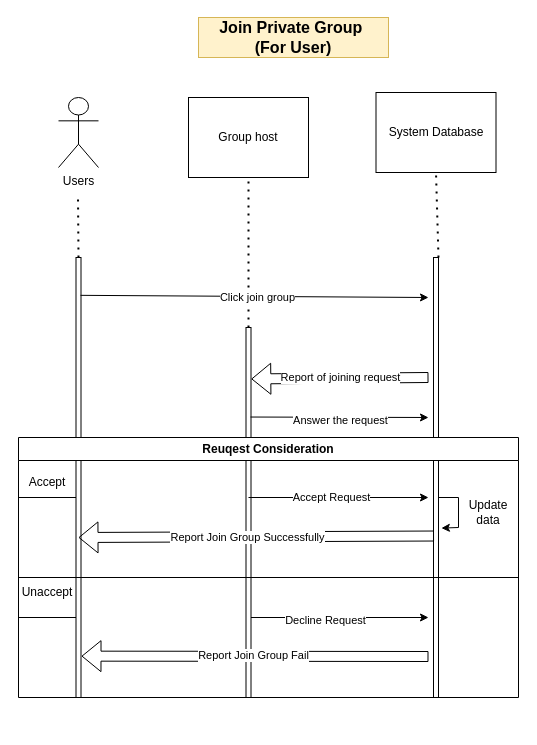
Above: page "Join Private Group (For Users)" (4 of 17) of StudtMate.drawio in ParkinnAuto/StudyMate (draw.io), before the change. Source tidied: cells renumbered, new cells numbered last; positions are measured from the earlier drawing's top-left corner, leaving out a move shared by most shapes. Both pictures are drawn from the tidied source at 100%, with x=0, y=0 at pixel (18, 17).
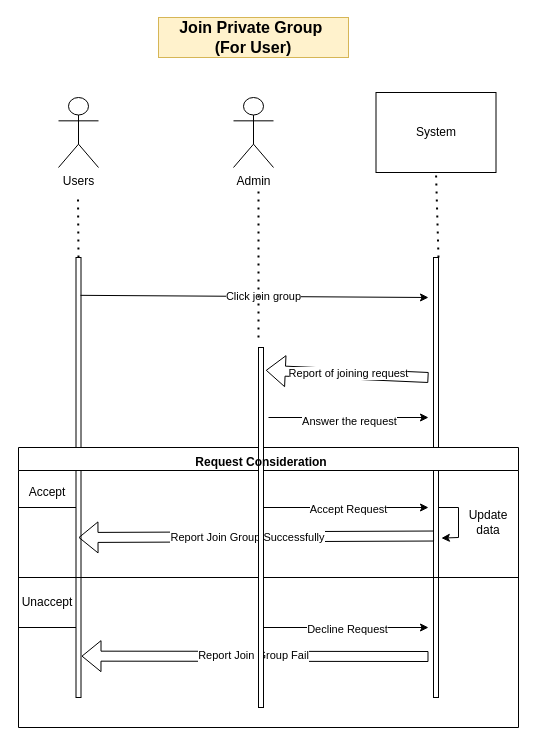
The same diagram, later.

Unchanged cells that the change refers to:
```xml
<mxCell id="7" style="rounded=0;whiteSpace=wrap;html=1;" parent="1" vertex="1">
  <mxGeometry x="57.5" y="240" width="5" height="440" as="geometry" />
</mxCell>
<mxCell id="8" style="rounded=0;whiteSpace=wrap;html=1;" parent="1" vertex="1">
  <mxGeometry x="415" y="240" width="5" height="440" as="geometry" />
</mxCell>
<mxCell id="12" style="endArrow=classic;html=1;rounded=0;exitX=0.9;exitY=0.086;exitDx=0;exitDy=0;exitPerimeter=0;" parent="1" edge="1" source="7">
  <mxGeometry relative="1" as="geometry">
    <mxPoint x="410" y="280" as="targetPoint" />
  </mxGeometry>
</mxCell>
```

Diff of the diagram source:
```diff
@@
-    <mxCell id="3" value="System Database" style="rounded=0;whiteSpace=wrap;html=1;" parent="1" vertex="1">
+    <mxCell id="3" value="System" style="rounded=0;whiteSpace=wrap;html=1;" parent="1" vertex="1">
       <mxGeometry x="357.5" y="75" width="120" height="80" as="geometry" />
     </mxCell>
@@
     <mxCell id="6" value="&lt;b&gt;&lt;font style=&quot;font-size: 16px;&quot;&gt;Join Private Group&amp;nbsp;&lt;/font&gt;&lt;/b&gt;&lt;div&gt;&lt;b&gt;&lt;font style=&quot;font-size: 16px;&quot;&gt;(For User)&lt;/font&gt;&lt;/b&gt;&lt;/div&gt;" style="text;html=1;align=center;verticalAlign=middle;whiteSpace=wrap;rounded=0;fillColor=#fff2cc;strokeColor=#d6b656;" parent="1" vertex="1">
-      <mxGeometry x="180" width="190" height="40" as="geometry" />
+      <mxGeometry x="140" width="190" height="40" as="geometry" />
     </mxCell>
@@
-    <mxCell id="9" value="Group host" style="rounded=0;whiteSpace=wrap;html=1;" parent="1" vertex="1">
-      <mxGeometry x="170" y="80" width="120" height="80" as="geometry" />
-    </mxCell>
-    <mxCell id="10" style="endArrow=none;dashed=1;html=1;dashPattern=1 3;strokeWidth=2;rounded=0;entryX=0.5;entryY=1;entryDx=0;entryDy=0;" parent="1" edge="1" target="9">
-      <mxGeometry relative="1" as="geometry">
-        <mxPoint x="230" y="310" as="sourcePoint" />
-      </mxGeometry>
-    </mxCell>
-    <mxCell id="11" style="rounded=0;whiteSpace=wrap;html=1;" parent="1" vertex="1">
-      <mxGeometry x="227.5" y="310" width="5" height="370" as="geometry" />
-    </mxCell>
@@
     <mxCell id="13" value="Click join group" style="edgeLabel;html=1;align=center;verticalAlign=middle;" parent="12" vertex="1">
-      <mxGeometry x="0.06" y="-1" relative="1" as="geometry">
-        <mxPoint x="-7" as="offset" />
-      </mxGeometry>
+      <mxGeometry x="0.05" relative="1" as="geometry" />
     </mxCell>
-    <mxCell id="14" style="shape=flexArrow;endArrow=classic;html=1;rounded=0;entryX=1.058;entryY=0.139;entryDx=0;entryDy=0;entryPerimeter=0;" parent="1" edge="1" target="11">
+    <mxCell id="14" style="shape=flexArrow;endArrow=classic;html=1;rounded=0;entryX=1.463;entryY=0.091;entryDx=0;entryDy=0;entryPerimeter=0;" parent="1" edge="1">
       <mxGeometry relative="1" as="geometry">
         <mxPoint x="410" y="360" as="sourcePoint" />
+        <mxPoint x="247.3" y="352.8" as="targetPoint" />
       </mxGeometry>
     </mxCell>
@@
-    <mxCell id="16" style="endArrow=classic;html=1;rounded=0;exitX=0.907;exitY=0.242;exitDx=0;exitDy=0;exitPerimeter=0;" parent="1" edge="1" source="11">
+    <mxCell id="16" style="endArrow=classic;html=1;rounded=0;" parent="1" edge="1">
       <mxGeometry relative="1" as="geometry">
+        <mxPoint x="250" y="400" as="sourcePoint" />
         <mxPoint x="410" y="400" as="targetPoint" />
       </mxGeometry>
     </mxCell>
@@
-    <mxCell id="18" value="Reuqest Consideration" style="swimlane;whiteSpace=wrap;html=1;" parent="1" vertex="1">
-      <mxGeometry y="420" width="500" height="260" as="geometry" />
-    </mxCell>
+    <mxCell id="29" style="shape=flexArrow;endArrow=classic;html=1;rounded=0;exitX=0.105;exitY=0.633;exitDx=0;exitDy=0;exitPerimeter=0;" parent="1" edge="1" source="8">
+      <mxGeometry relative="1" as="geometry">
+        <mxPoint x="60" y="520" as="targetPoint" />
+      </mxGeometry>
+    </mxCell>
+    <mxCell id="30" value="Report Join Group Successfully" style="edgeLabel;html=1;align=center;verticalAlign=middle;" parent="29" vertex="1">
+      <mxGeometry x="0.17" y="1" relative="1" as="geometry">
+        <mxPoint x="21" y="-1" as="offset" />
+      </mxGeometry>
+    </mxCell>
+    <mxCell id="31" style="endArrow=none;html=1;rounded=0;" parent="1" edge="1">
+      <mxGeometry relative="1" as="geometry">
+        <mxPoint y="560" as="sourcePoint" />
+        <mxPoint x="500" y="560" as="targetPoint" />
+      </mxGeometry>
+    </mxCell>
+    <mxCell id="34" style="shape=flexArrow;endArrow=classic;html=1;rounded=0;entryX=1.1;entryY=0.906;entryDx=0;entryDy=0;entryPerimeter=0;" parent="1" edge="1" target="7">
+      <mxGeometry relative="1" as="geometry">
+        <mxPoint x="410" y="639" as="sourcePoint" />
+      </mxGeometry>
+    </mxCell>
+    <mxCell id="35" value="Report Join Group Fail" style="edgeLabel;html=1;align=center;verticalAlign=middle;" parent="34" vertex="1">
+      <mxGeometry x="0.04" y="-1" relative="1" as="geometry">
+        <mxPoint x="4" as="offset" />
+      </mxGeometry>
+    </mxCell>
+    <mxCell id="36" value="Admin" style="shape=umlActor;verticalLabelPosition=bottom;verticalAlign=top;html=1;" parent="1" vertex="1">
+      <mxGeometry x="215" y="80" width="40" height="70" as="geometry" />
+    </mxCell>
+    <mxCell id="37" style="endArrow=none;dashed=1;html=1;dashPattern=1 3;strokeWidth=2;rounded=0;" parent="1" edge="1">
+      <mxGeometry relative="1" as="geometry">
+        <mxPoint x="240" y="320" as="sourcePoint" />
+        <mxPoint x="240" y="170" as="targetPoint" />
+      </mxGeometry>
+    </mxCell>
+    <mxCell id="38" style="swimlane;whiteSpace=wrap;html=1;startSize=23;" parent="1" vertex="1">
+      <mxGeometry y="430" width="500" height="280" as="geometry" />
+    </mxCell>
+    <mxCell id="39" style="rounded=0;whiteSpace=wrap;html=1;" parent="38" vertex="1">
+      <mxGeometry x="240" y="-100" width="5" height="360" as="geometry" />
+    </mxCell>
-    <mxCell id="19" value="Accept" style="text;html=1;align=center;verticalAlign=middle;whiteSpace=wrap;rounded=0;" parent="18" vertex="1">
+    <mxCell id="19" value="Accept" style="text;html=1;align=center;verticalAlign=middle;whiteSpace=wrap;rounded=0;" parent="38" vertex="1">
       <mxGeometry y="30" width="57.5" height="30" as="geometry" />
     </mxCell>
-    <mxCell id="20" style="endArrow=none;html=1;rounded=0;" parent="18" edge="1">
-      <mxGeometry relative="1" as="geometry">
-        <mxPoint x="420" y="60" as="sourcePoint" />
-        <mxPoint x="440" y="60" as="targetPoint" />
-      </mxGeometry>
-    </mxCell>
-    <mxCell id="21" style="endArrow=none;html=1;rounded=0;" parent="18" edge="1">
-      <mxGeometry relative="1" as="geometry">
-        <mxPoint x="440" y="90" as="sourcePoint" />
-        <mxPoint x="440" y="60" as="targetPoint" />
-      </mxGeometry>
-    </mxCell>
-    <mxCell id="22" style="endArrow=classic;html=1;rounded=0;entryX=1.089;entryY=0.395;entryDx=0;entryDy=0;entryPerimeter=0;" parent="18" edge="1">
-      <mxGeometry relative="1" as="geometry">
-        <mxPoint x="440" y="90" as="sourcePoint" />
-        <mxPoint x="422.9" y="90.6" as="targetPoint" />
-      </mxGeometry>
-    </mxCell>
+    <mxCell id="40" style="endArrow=none;html=1;rounded=0;" parent="38" edge="1">
+      <mxGeometry relative="1" as="geometry">
+        <mxPoint x="420" y="60" as="sourcePoint" />
+        <mxPoint x="440" y="60" as="targetPoint" />
+      </mxGeometry>
+    </mxCell>
+    <mxCell id="41" style="endArrow=none;html=1;rounded=0;" parent="38" edge="1">
+      <mxGeometry relative="1" as="geometry">
+        <mxPoint x="440" y="90" as="sourcePoint" />
+        <mxPoint x="440" y="60" as="targetPoint" />
+      </mxGeometry>
+    </mxCell>
+    <mxCell id="42" style="endArrow=classic;html=1;rounded=0;entryX=1.089;entryY=0.395;entryDx=0;entryDy=0;entryPerimeter=0;" parent="38" edge="1">
+      <mxGeometry relative="1" as="geometry">
+        <mxPoint x="440" y="90" as="sourcePoint" />
+        <mxPoint x="422.9" y="90.6" as="targetPoint" />
+      </mxGeometry>
+    </mxCell>
-    <mxCell id="23" value="Update data" style="text;html=1;align=center;verticalAlign=middle;whiteSpace=wrap;rounded=0;" parent="18" vertex="1">
+    <mxCell id="23" value="Update data" style="text;html=1;align=center;verticalAlign=middle;whiteSpace=wrap;rounded=0;" parent="38" vertex="1">
       <mxGeometry x="440" y="60" width="60" height="30" as="geometry" />
     </mxCell>
-    <mxCell id="24" value="Unaccept" style="text;html=1;align=center;verticalAlign=middle;whiteSpace=wrap;rounded=0;" parent="18" vertex="1">
+    <mxCell id="24" value="Unaccept" style="text;html=1;align=center;verticalAlign=middle;whiteSpace=wrap;rounded=0;" parent="38" vertex="1">
       <mxGeometry y="140" width="57.5" height="30" as="geometry" />
     </mxCell>
-    <mxCell id="25" style="endArrow=none;html=1;rounded=0;exitX=0;exitY=1;exitDx=0;exitDy=0;entryX=1;entryY=1;entryDx=0;entryDy=0;" parent="18" edge="1" source="19" target="19">
+    <mxCell id="25" style="endArrow=none;html=1;rounded=0;exitX=0;exitY=1;exitDx=0;exitDy=0;entryX=1;entryY=1;entryDx=0;entryDy=0;" parent="38" edge="1" source="19" target="19">
       <mxGeometry relative="1" as="geometry" />
     </mxCell>
-    <mxCell id="26" style="endArrow=none;html=1;rounded=0;exitX=0;exitY=1;exitDx=0;exitDy=0;entryX=1;entryY=1;entryDx=0;entryDy=0;" parent="18" edge="1">
-      <mxGeometry relative="1" as="geometry">
-        <mxPoint x="-0.5" y="180" as="sourcePoint" />
-        <mxPoint x="57.5" y="180" as="targetPoint" />
-      </mxGeometry>
-    </mxCell>
-    <mxCell id="27" style="endArrow=classic;html=1;rounded=0;" parent="1" edge="1">
-      <mxGeometry relative="1" as="geometry">
-        <mxPoint x="230" y="480" as="sourcePoint" />
-        <mxPoint x="410" y="480" as="targetPoint" />
-      </mxGeometry>
-    </mxCell>
+    <mxCell id="43" style="endArrow=none;html=1;rounded=0;exitX=0;exitY=1;exitDx=0;exitDy=0;entryX=1;entryY=1;entryDx=0;entryDy=0;" parent="38" edge="1">
+      <mxGeometry relative="1" as="geometry">
+        <mxPoint x="-0.5" y="180" as="sourcePoint" />
+        <mxPoint x="57.5" y="180" as="targetPoint" />
+      </mxGeometry>
+    </mxCell>
+    <mxCell id="44" style="endArrow=classic;html=1;rounded=0;" parent="38" edge="1">
+      <mxGeometry relative="1" as="geometry">
+        <mxPoint x="245" y="60" as="sourcePoint" />
+        <mxPoint x="410" y="60" as="targetPoint" />
+      </mxGeometry>
+    </mxCell>
-    <mxCell id="28" value="Accept Request" style="edgeLabel;html=1;align=center;verticalAlign=middle;" parent="27" vertex="1">
-      <mxGeometry x="-0.09" y="1" relative="1" as="geometry" />
+    <mxCell id="28" value="Accept Request" style="edgeLabel;html=1;align=center;verticalAlign=middle;" parent="44" vertex="1">
+      <mxGeometry x="0.02" y="-1" relative="1" as="geometry" />
     </mxCell>
-    <mxCell id="29" style="shape=flexArrow;endArrow=classic;html=1;rounded=0;exitX=0.105;exitY=0.633;exitDx=0;exitDy=0;exitPerimeter=0;" parent="1" edge="1" source="8">
-      <mxGeometry relative="1" as="geometry">
-        <mxPoint x="60" y="520" as="targetPoint" />
-      </mxGeometry>
-    </mxCell>
-    <mxCell id="30" value="Report Join Group Successfully" style="edgeLabel;html=1;align=center;verticalAlign=middle;" parent="29" vertex="1">
-      <mxGeometry x="0.17" y="1" relative="1" as="geometry">
-        <mxPoint x="21" y="-1" as="offset" />
-      </mxGeometry>
-    </mxCell>
-    <mxCell id="31" style="endArrow=none;html=1;rounded=0;" parent="1" edge="1">
-      <mxGeometry relative="1" as="geometry">
-        <mxPoint y="560" as="sourcePoint" />
-        <mxPoint x="500" y="560" as="targetPoint" />
-      </mxGeometry>
-    </mxCell>
-    <mxCell id="32" style="endArrow=classic;html=1;rounded=0;" parent="1" edge="1">
-      <mxGeometry relative="1" as="geometry">
-        <mxPoint x="232.5" y="600" as="sourcePoint" />
-        <mxPoint x="410" y="600" as="targetPoint" />
-      </mxGeometry>
-    </mxCell>
+    <mxCell id="45" style="endArrow=classic;html=1;rounded=0;" parent="38" edge="1">
+      <mxGeometry relative="1" as="geometry">
+        <mxPoint x="245" y="180" as="sourcePoint" />
+        <mxPoint x="410" y="180" as="targetPoint" />
+      </mxGeometry>
+    </mxCell>
-    <mxCell id="33" value="Decline Request" style="edgeLabel;html=1;align=center;verticalAlign=middle;" parent="32" vertex="1">
-      <mxGeometry x="-0.17" y="-2" relative="1" as="geometry" />
+    <mxCell id="33" value="Decline Request" style="edgeLabel;html=1;align=center;verticalAlign=middle;" parent="45" vertex="1">
+      <mxGeometry x="0.01" y="-1" relative="1" as="geometry" />
     </mxCell>
-    <mxCell id="34" style="shape=flexArrow;endArrow=classic;html=1;rounded=0;entryX=1.1;entryY=0.906;entryDx=0;entryDy=0;entryPerimeter=0;" parent="1" edge="1" target="7">
-      <mxGeometry relative="1" as="geometry">
-        <mxPoint x="410" y="639" as="sourcePoint" />
-      </mxGeometry>
-    </mxCell>
-    <mxCell id="35" value="Report Join Group Fail" style="edgeLabel;html=1;align=center;verticalAlign=middle;" parent="34" vertex="1">
-      <mxGeometry x="0.04" y="-1" relative="1" as="geometry">
-        <mxPoint x="4" as="offset" />
-      </mxGeometry>
-    </mxCell>
+    <mxCell id="46" value="&lt;b&gt;Request Consideration&lt;/b&gt;" style="text;html=1;align=center;verticalAlign=middle;whiteSpace=wrap;rounded=0;" parent="38" vertex="1">
+      <mxGeometry x="157.5" width="170" height="30" as="geometry" />
+    </mxCell>
```
